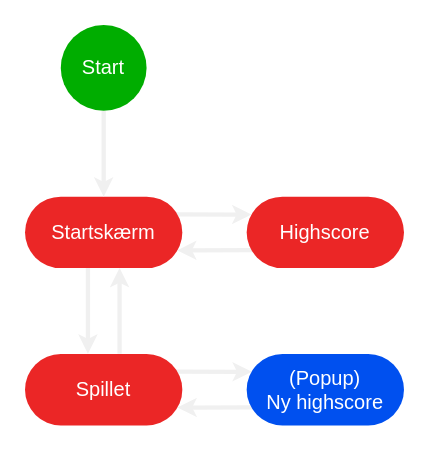
This is flowchart.drawio from BLumbye/JanuarMinesweeper, a draw.io file, before an edit. Source tidied: cells renumbered, new cells numbered last; positions are measured from the earlier drawing's top-left corner, leaving out a move shared by most shapes. Both pictures are drawn from the tidied source at 143%, with x=0, y=0 at pixel (24, 24).
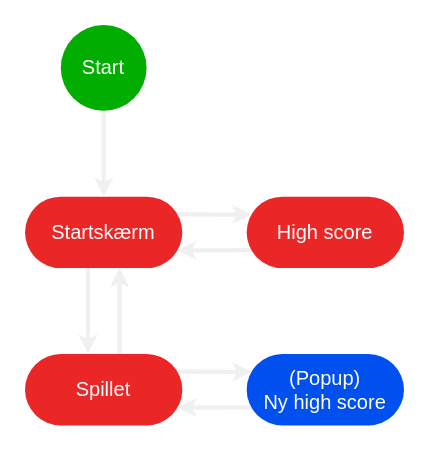
The same diagram, later.

Commit message (it also covers changes not shown here):
Updated flowchart and optimized blank cell clearer

What changed in the source:
```diff
@@
 <mxGraphModel>
   <root>
     <mxCell id="0" />
     <mxCell id="1" parent="0" />
     <mxCell id="2" style="rounded=0;orthogonalLoop=1;jettySize=auto;html=1;exitX=0.958;exitY=0.248;exitDx=0;exitDy=0;entryX=0.03;entryY=0.251;entryDx=0;entryDy=0;startSize=4;sourcePerimeterSpacing=0;endSize=4;targetPerimeterSpacing=-9;strokeColor=#F0F0F0;strokeWidth=3;exitPerimeter=0;entryPerimeter=0;" parent="1" edge="1">
       <mxGeometry relative="1" as="geometry">
         <mxPoint x="105.6" y="242.4" as="sourcePoint" />
         <mxPoint x="158.6" y="242.5" as="targetPoint" />
       </mxGeometry>
     </mxCell>
     <mxCell id="3" style="rounded=0;orthogonalLoop=1;jettySize=auto;html=1;exitX=0.043;exitY=0.748;exitDx=0;exitDy=0;startSize=4;sourcePerimeterSpacing=0;endSize=4;targetPerimeterSpacing=0;strokeColor=#F0F0F0;strokeWidth=3;entryX=0.967;entryY=0.751;entryDx=0;entryDy=0;entryPerimeter=0;exitPerimeter=0;" parent="1" edge="1">
       <mxGeometry relative="1" as="geometry">
         <mxPoint x="160" y="267.4" as="sourcePoint" />
         <mxPoint x="106.6" y="267.5" as="targetPoint" />
       </mxGeometry>
     </mxCell>
     <mxCell id="4" style="rounded=0;jettySize=auto;html=1;entryX=0.4;entryY=-0.003;entryDx=0;entryDy=0;startSize=4;sourcePerimeterSpacing=0;endSize=4;targetPerimeterSpacing=0;strokeColor=#F0F0F0;strokeWidth=3;entryPerimeter=0;exitX=0.4;exitY=0.997;exitDx=0;exitDy=0;exitPerimeter=0;" parent="1" edge="1" source="6" target="12">
       <mxGeometry relative="1" as="geometry" />
     </mxCell>
     <mxCell id="5" style="rounded=0;jettySize=auto;html=1;exitX=0.958;exitY=0.248;exitDx=0;exitDy=0;entryX=0.03;entryY=0.251;entryDx=0;entryDy=0;startSize=4;sourcePerimeterSpacing=0;endSize=4;targetPerimeterSpacing=-9;strokeColor=#F0F0F0;strokeWidth=3;exitPerimeter=0;entryPerimeter=0;" parent="1" edge="1" source="6" target="10">
       <mxGeometry relative="1" as="geometry" />
     </mxCell>
     <mxCell id="6" value="Startskærm" style="rounded=1;whiteSpace=wrap;html=1;fontSize=14;strokeColor=none;fontColor=#FFFFFF;arcSize=50;fillColor=#EB2626;" parent="1" vertex="1">
       <mxGeometry y="120" width="110" height="50" as="geometry" />
     </mxCell>
     <mxCell id="7" style="endArrow=classic;html=1;entryX=0.5;entryY=0;entryDx=0;entryDy=0;exitX=0.5;exitY=1;exitDx=0;exitDy=0;strokeColor=#F0F0F0;targetPerimeterSpacing=0;sourcePerimeterSpacing=0;endSize=4;strokeWidth=3;startSize=4;" parent="1" edge="1" source="8" target="6">
       <mxGeometry relative="1" as="geometry" />
     </mxCell>
     <mxCell id="8" value="Start" style="ellipse;whiteSpace=wrap;html=1;fontSize=14;fillColor=#00AD00;strokeColor=none;fontColor=#FFFFFF;" parent="1" vertex="1">
       <mxGeometry x="25" width="60" height="60" as="geometry" />
     </mxCell>
     <mxCell id="9" style="rounded=0;jettySize=auto;html=1;exitX=0.043;exitY=0.748;exitDx=0;exitDy=0;startSize=4;sourcePerimeterSpacing=0;endSize=4;targetPerimeterSpacing=0;strokeColor=#F0F0F0;strokeWidth=3;entryX=0.967;entryY=0.751;entryDx=0;entryDy=0;entryPerimeter=0;exitPerimeter=0;" parent="1" edge="1" source="10" target="6">
       <mxGeometry relative="1" as="geometry" />
     </mxCell>
-    <mxCell id="10" value="Highscore" style="rounded=1;whiteSpace=wrap;html=1;fontSize=14;strokeColor=none;fontColor=#FFFFFF;arcSize=50;fillColor=#EB2626;" parent="1" vertex="1">
+    <mxCell id="10" value="High score" style="rounded=1;whiteSpace=wrap;html=1;fontSize=14;strokeColor=none;fontColor=#FFFFFF;arcSize=50;fillColor=#EB2626;" parent="1" vertex="1">
       <mxGeometry x="155" y="120" width="110" height="50" as="geometry" />
     </mxCell>
     <mxCell id="11" style="rounded=0;jettySize=auto;html=1;exitX=0.601;exitY=-0.003;exitDx=0;exitDy=0;entryX=0.601;entryY=0.997;entryDx=0;entryDy=0;startSize=4;sourcePerimeterSpacing=0;endSize=4;targetPerimeterSpacing=0;strokeColor=#F0F0F0;strokeWidth=3;entryPerimeter=0;exitPerimeter=0;" parent="1" edge="1" source="12" target="6">
       <mxGeometry relative="1" as="geometry" />
     </mxCell>
     <mxCell id="12" value="Spillet" style="rounded=1;whiteSpace=wrap;html=1;fontSize=14;strokeColor=none;fontColor=#FFFFFF;arcSize=50;fillColor=#EB2626;" parent="1" vertex="1">
       <mxGeometry y="230" width="110" height="50" as="geometry" />
     </mxCell>
-    <mxCell id="13" value="(Popup)&lt;br&gt;Ny highscore" style="rounded=1;whiteSpace=wrap;html=1;fontSize=14;fontColor=#ffffff;arcSize=50;fillColor=#0050ef;strokeColor=none;" parent="1" vertex="1">
+    <mxCell id="13" value="(Popup)&lt;br&gt;Ny high score" style="rounded=1;whiteSpace=wrap;html=1;fontSize=14;fontColor=#ffffff;arcSize=50;fillColor=#0050ef;strokeColor=none;" parent="1" vertex="1">
       <mxGeometry x="155" y="230" width="110" height="50" as="geometry" />
     </mxCell>
   </root>
 </mxGraphModel>
```
